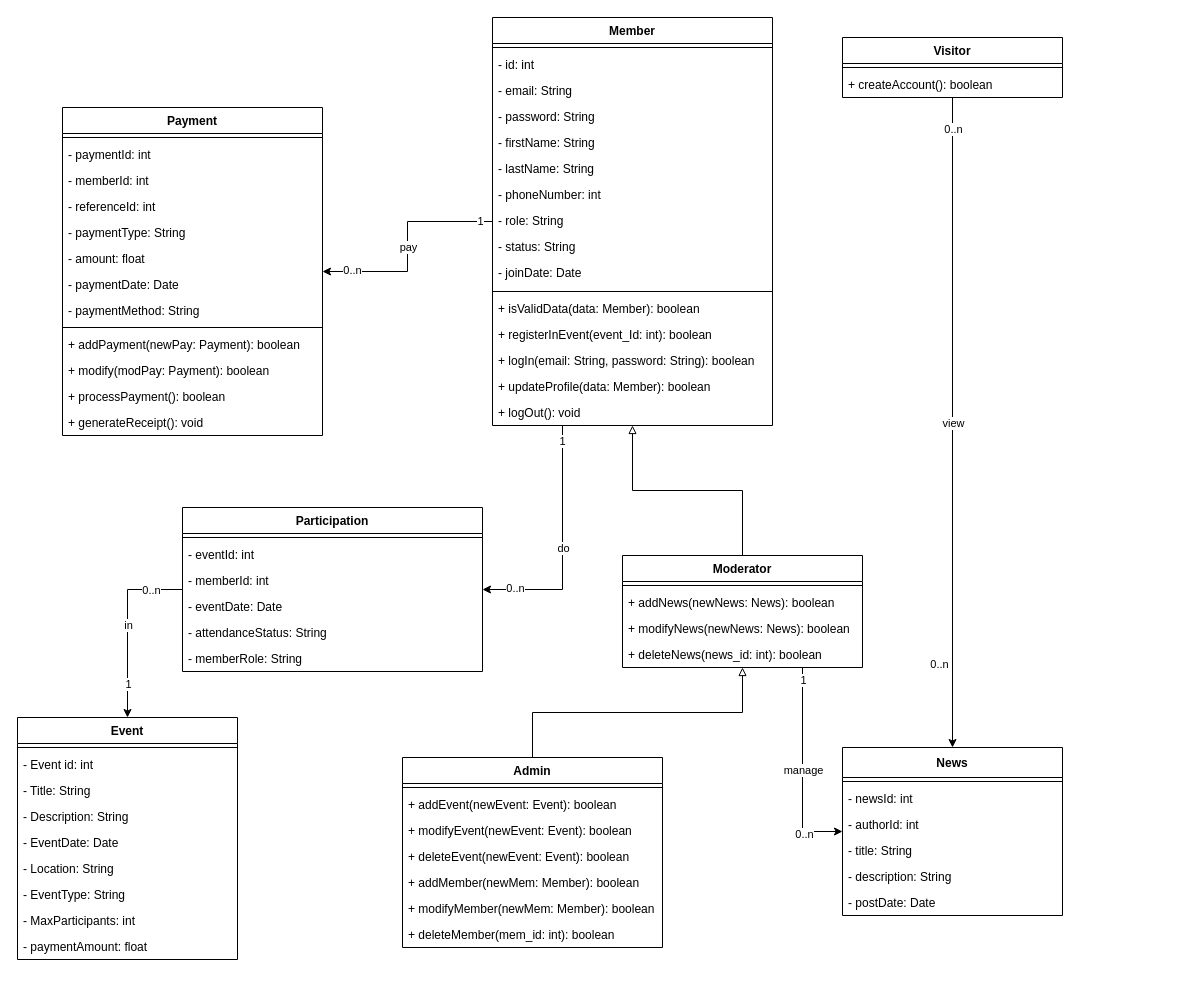
Earlier version of the draw.io diagram uml diagram/class.drawio (rayenbenyoussef/Jci_Manager). Source tidied: cells renumbered, new cells numbered last; positions are measured from the earlier drawing's top-left corner, leaving out a move shared by most shapes. Both pictures are drawn from the tidied source at 100%, with x=0, y=0 at pixel (17, 17).
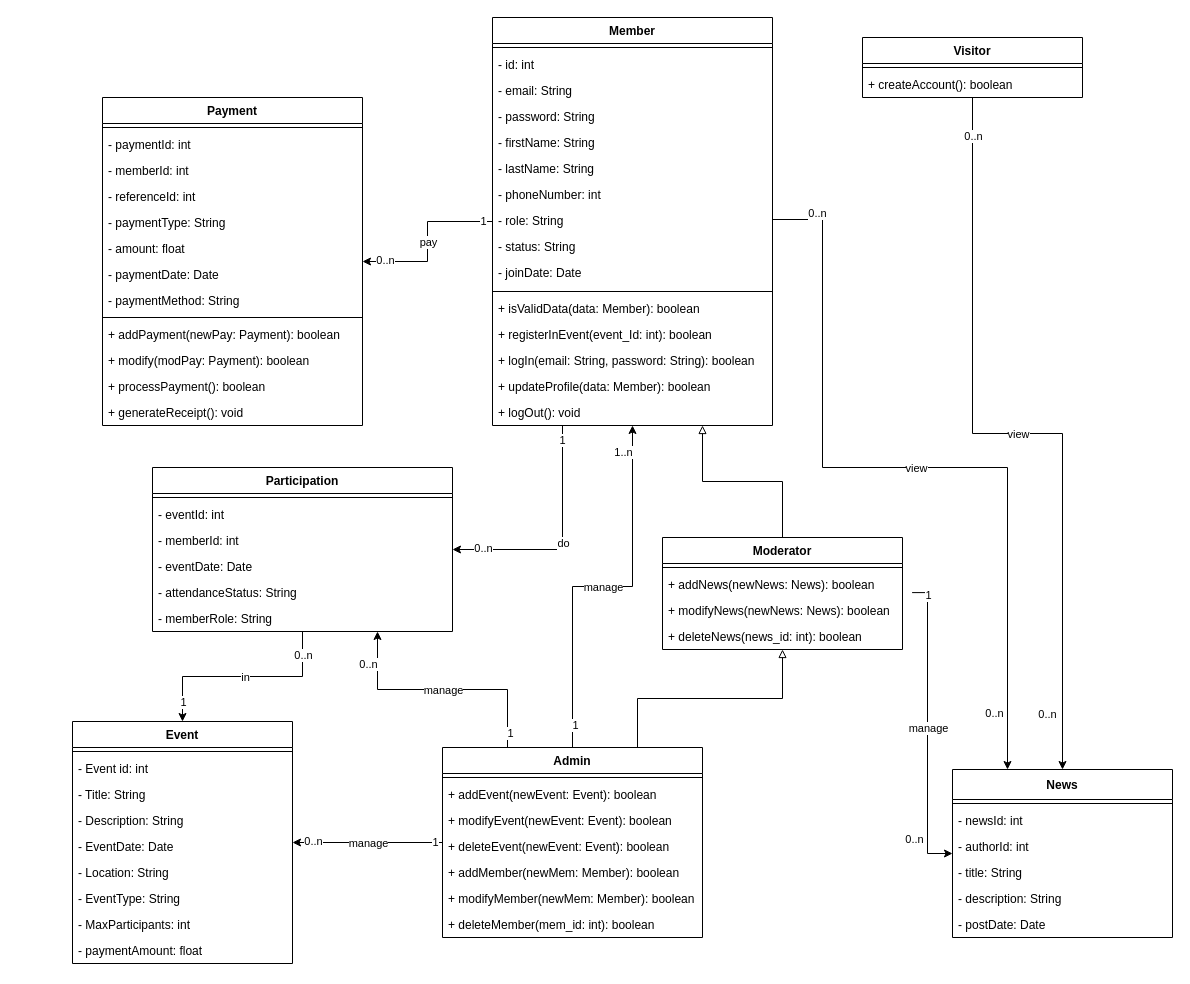
Above is the later version.

The change refers to these unchanged cells:
```xml
<mxCell id="12" value="Member" style="swimlane;fontStyle=1;horizontal=1;startSize=26;fillColor=light-dark(#FFFFFF,#004C99);" parent="1" vertex="1">
  <mxGeometry x="475" width="280" height="408" as="geometry" />
</mxCell>
<mxCell id="91" style="endArrow=classic;html=1;rounded=0;exitX=0.5;exitY=1;exitDx=0;exitDy=0;entryX=0.5;entryY=0;entryDx=0;entryDy=0;edgeStyle=orthogonalEdgeStyle;" parent="1" edge="1" source="57" target="29">
  <mxGeometry relative="1" as="geometry" />
</mxCell>
```

Change to the diagram source:
```diff
@@
     <mxCell id="2" value="Event" style="swimlane;fontStyle=1;horizontal=1;startSize=26;fillColor=light-dark(#FFFFFF,#660066);" parent="1" vertex="1">
-      <mxGeometry y="700" width="220" height="242" as="geometry" />
+      <mxGeometry x="55" y="704" width="220" height="242" as="geometry" />
     </mxCell>
@@
     <mxCell id="29" value="News" style="swimlane;fontStyle=1;horizontal=1;startSize=30;fillColor=light-dark(#FFFFFF,#660066);" parent="1" vertex="1">
-      <mxGeometry x="825" y="730" width="220" height="168" as="geometry" />
+      <mxGeometry x="935" y="752" width="220" height="168" as="geometry" />
     </mxCell>
@@
     <mxCell id="36" value="Participation" style="swimlane;fontStyle=1;horizontal=1;startSize=26;fillColor=light-dark(#FFFFFF,#660066);" parent="1" vertex="1">
-      <mxGeometry x="165" y="490" width="300" height="164" as="geometry" />
+      <mxGeometry x="135" y="450" width="300" height="164" as="geometry" />
     </mxCell>
@@
     <mxCell id="43" value="Payment" style="swimlane;fontStyle=1;horizontal=1;startSize=26;fillColor=light-dark(#FFFFFF,#660066);" parent="1" vertex="1">
-      <mxGeometry x="45" y="90" width="260" height="328" as="geometry" />
+      <mxGeometry x="85" y="80" width="260" height="328" as="geometry" />
     </mxCell>
@@
     <mxCell id="57" value="Visitor" style="swimlane;fontStyle=1;horizontal=1;startSize=26;fillColor=light-dark(#FFFFFF,#009900);" parent="1" vertex="1">
-      <mxGeometry x="825" y="20" width="220" height="60" as="geometry" />
+      <mxGeometry x="845" y="20" width="220" height="60" as="geometry" />
     </mxCell>
@@
     <mxCell id="60" value="Admin" style="swimlane;fontStyle=1;horizontal=1;startSize=26;fillColor=light-dark(#FFFFFF,#660000);" parent="1" vertex="1">
-      <mxGeometry x="385" y="740" width="260" height="190" as="geometry" />
+      <mxGeometry x="425" y="730" width="260" height="190" as="geometry" />
     </mxCell>
@@
     <mxCell id="68" value="Moderator" style="swimlane;fontStyle=1;horizontal=1;startSize=26;fillColor=light-dark(#FFFFFF,#994C00);" parent="1" vertex="1">
-      <mxGeometry x="605" y="538" width="240" height="112" as="geometry" />
+      <mxGeometry x="645" y="520" width="240" height="112" as="geometry" />
     </mxCell>
@@
-    <mxCell id="77" style="endArrow=classic;html=1;rounded=0;exitX=0;exitY=0.5;exitDx=0;exitDy=0;entryX=0.5;entryY=0;entryDx=0;entryDy=0;edgeStyle=orthogonalEdgeStyle;" parent="1" edge="1" source="36" target="2">
+    <mxCell id="77" style="endArrow=classic;html=1;rounded=0;exitX=0.5;exitY=1;exitDx=0;exitDy=0;entryX=0.5;entryY=0;entryDx=0;entryDy=0;edgeStyle=orthogonalEdgeStyle;" parent="1" edge="1" source="36" target="2">
       <mxGeometry relative="1" as="geometry" />
     </mxCell>
@@
     <mxCell id="79" value="1" style="edgeLabel;html=1;align=center;verticalAlign=middle;" parent="77" vertex="1">
-      <mxGeometry x="0.63" relative="1" as="geometry" />
+      <mxGeometry x="0.63" relative="1" as="geometry">
+        <mxPoint y="19" as="offset" />
+      </mxGeometry>
     </mxCell>
     <mxCell id="80" value="0..n" style="edgeLabel;html=1;align=center;verticalAlign=middle;" parent="77" vertex="1">
-      <mxGeometry x="-0.65" relative="1" as="geometry" />
+      <mxGeometry x="-0.65" relative="1" as="geometry">
+        <mxPoint y="-14" as="offset" />
+      </mxGeometry>
     </mxCell>
-    <mxCell id="81" style="endArrow=classic;html=1;rounded=0;exitX=0.75;exitY=1;exitDx=0;exitDy=0;entryX=0;entryY=0.5;entryDx=0;entryDy=0;edgeStyle=orthogonalEdgeStyle;" parent="1" edge="1" source="68" target="29">
+    <mxCell id="81" style="endArrow=classic;html=1;rounded=0;exitX=1.04;exitY=0.492;exitDx=0;exitDy=0;entryX=0;entryY=0.5;entryDx=0;entryDy=0;edgeStyle=orthogonalEdgeStyle;exitPerimeter=0;" parent="1" edge="1" source="68" target="29">
       <mxGeometry relative="1" as="geometry" />
     </mxCell>
@@
-    <mxCell id="89" style="endArrow=block;dashed=0;endFill=0;html=1;rounded=0;entryX=0.5;entryY=1;entryDx=0;entryDy=0;exitX=0.5;exitY=0;exitDx=0;exitDy=0;edgeStyle=orthogonalEdgeStyle;" parent="1" edge="1" source="60" target="68">
+    <mxCell id="89" style="endArrow=block;dashed=0;endFill=0;html=1;rounded=0;entryX=0.5;entryY=1;entryDx=0;entryDy=0;exitX=0.75;exitY=0;exitDx=0;exitDy=0;edgeStyle=orthogonalEdgeStyle;" parent="1" edge="1" source="60" target="68">
       <mxGeometry relative="1" as="geometry" />
     </mxCell>
-    <mxCell id="90" style="endArrow=block;dashed=0;endFill=0;html=1;rounded=0;entryX=0.5;entryY=1;entryDx=0;entryDy=0;exitX=0.5;exitY=0;exitDx=0;exitDy=0;edgeStyle=orthogonalEdgeStyle;" parent="1" edge="1" source="68" target="12">
+    <mxCell id="90" style="endArrow=block;dashed=0;endFill=0;html=1;rounded=0;entryX=0.75;entryY=1;entryDx=0;entryDy=0;exitX=0.5;exitY=0;exitDx=0;exitDy=0;edgeStyle=orthogonalEdgeStyle;" parent="1" edge="1" source="68" target="12">
       <mxGeometry relative="1" as="geometry" />
     </mxCell>
@@
     <mxCell id="94" value="0..n" style="edgeLabel;html=1;align=center;verticalAlign=middle;" parent="91" vertex="1">
       <mxGeometry x="0.74" y="-2" relative="1" as="geometry">
-        <mxPoint x="-12" as="offset" />
+        <mxPoint x="-14" y="43" as="offset" />
       </mxGeometry>
     </mxCell>
+    <mxCell id="95" style="endArrow=classic;html=1;rounded=0;entryX=0.5;entryY=1;entryDx=0;entryDy=0;edgeStyle=orthogonalEdgeStyle;exitX=0.5;exitY=0;exitDx=0;exitDy=0;" parent="1" edge="1" source="60" target="12">
+      <mxGeometry relative="1" as="geometry" />
+    </mxCell>
+    <mxCell id="96" value="manage" style="edgeLabel;html=1;align=center;verticalAlign=middle;" parent="95" vertex="1">
+      <mxGeometry relative="1" as="geometry" />
+    </mxCell>
+    <mxCell id="97" value="1" style="edgeLabel;html=1;align=center;verticalAlign=middle;" parent="95" vertex="1">
+      <mxGeometry x="-0.88" y="-1" relative="1" as="geometry">
+        <mxPoint x="1" as="offset" />
+      </mxGeometry>
+    </mxCell>
+    <mxCell id="98" value="1..n" style="edgeLabel;html=1;align=center;verticalAlign=middle;" parent="95" vertex="1">
+      <mxGeometry x="0.74" y="-2" relative="1" as="geometry">
+        <mxPoint x="-12" y="-24" as="offset" />
+      </mxGeometry>
+    </mxCell>
+    <mxCell id="99" style="endArrow=classic;html=1;rounded=0;entryX=1;entryY=0.5;entryDx=0;entryDy=0;edgeStyle=orthogonalEdgeStyle;exitX=0;exitY=0.5;exitDx=0;exitDy=0;" parent="1" edge="1" source="60" target="2">
+      <mxGeometry relative="1" as="geometry" />
+    </mxCell>
+    <mxCell id="100" value="manage" style="edgeLabel;html=1;align=center;verticalAlign=middle;" parent="99" vertex="1">
+      <mxGeometry relative="1" as="geometry" />
+    </mxCell>
+    <mxCell id="101" value="1" style="edgeLabel;html=1;align=center;verticalAlign=middle;" parent="99" vertex="1">
+      <mxGeometry x="-0.88" y="-1" relative="1" as="geometry">
+        <mxPoint x="1" as="offset" />
+      </mxGeometry>
+    </mxCell>
+    <mxCell id="102" value="0..n" style="edgeLabel;html=1;align=center;verticalAlign=middle;" parent="99" vertex="1">
+      <mxGeometry x="0.74" y="-2" relative="1" as="geometry">
+        <mxPoint x="1" as="offset" />
+      </mxGeometry>
+    </mxCell>
+    <mxCell id="103" style="endArrow=classic;html=1;rounded=0;entryX=0.75;entryY=1;entryDx=0;entryDy=0;edgeStyle=orthogonalEdgeStyle;exitX=0.25;exitY=0;exitDx=0;exitDy=0;" parent="1" edge="1" source="60" target="36">
+      <mxGeometry relative="1" as="geometry" />
+    </mxCell>
+    <mxCell id="104" value="manage" style="edgeLabel;html=1;align=center;verticalAlign=middle;" parent="103" vertex="1">
+      <mxGeometry relative="1" as="geometry" />
+    </mxCell>
+    <mxCell id="105" value="1" style="edgeLabel;html=1;align=center;verticalAlign=middle;" parent="103" vertex="1">
+      <mxGeometry x="-0.88" y="-1" relative="1" as="geometry">
+        <mxPoint x="1" as="offset" />
+      </mxGeometry>
+    </mxCell>
+    <mxCell id="106" value="0..n" style="edgeLabel;html=1;align=center;verticalAlign=middle;" parent="103" vertex="1">
+      <mxGeometry x="0.74" y="-2" relative="1" as="geometry">
+        <mxPoint x="-12" as="offset" />
+      </mxGeometry>
+    </mxCell>
+    <mxCell id="107" style="endArrow=classic;html=1;rounded=0;edgeStyle=orthogonalEdgeStyle;exitX=1;exitY=0.5;exitDx=0;exitDy=0;entryX=0.25;entryY=0;entryDx=0;entryDy=0;" parent="1" edge="1" target="29">
+      <mxGeometry relative="1" as="geometry">
+        <mxPoint x="755" y="206" as="sourcePoint" />
+        <Array as="points">
+          <mxPoint x="755" y="202" />
+          <mxPoint x="805" y="202" />
+          <mxPoint x="805" y="450" />
+          <mxPoint x="990" y="450" />
+        </Array>
+      </mxGeometry>
+    </mxCell>
+    <mxCell id="108" value="view" style="edgeLabel;html=1;align=center;verticalAlign=middle;" parent="107" vertex="1">
+      <mxGeometry relative="1" as="geometry" />
+    </mxCell>
+    <mxCell id="109" value="0..n" style="edgeLabel;html=1;align=center;verticalAlign=middle;" parent="107" vertex="1">
+      <mxGeometry x="-0.88" y="-1" relative="1" as="geometry">
+        <mxPoint x="1" y="-8" as="offset" />
+      </mxGeometry>
+    </mxCell>
+    <mxCell id="110" value="0..n" style="edgeLabel;html=1;align=center;verticalAlign=middle;" parent="107" vertex="1">
+      <mxGeometry x="0.74" y="-2" relative="1" as="geometry">
+        <mxPoint x="-12" y="46" as="offset" />
+      </mxGeometry>
+    </mxCell>
```
